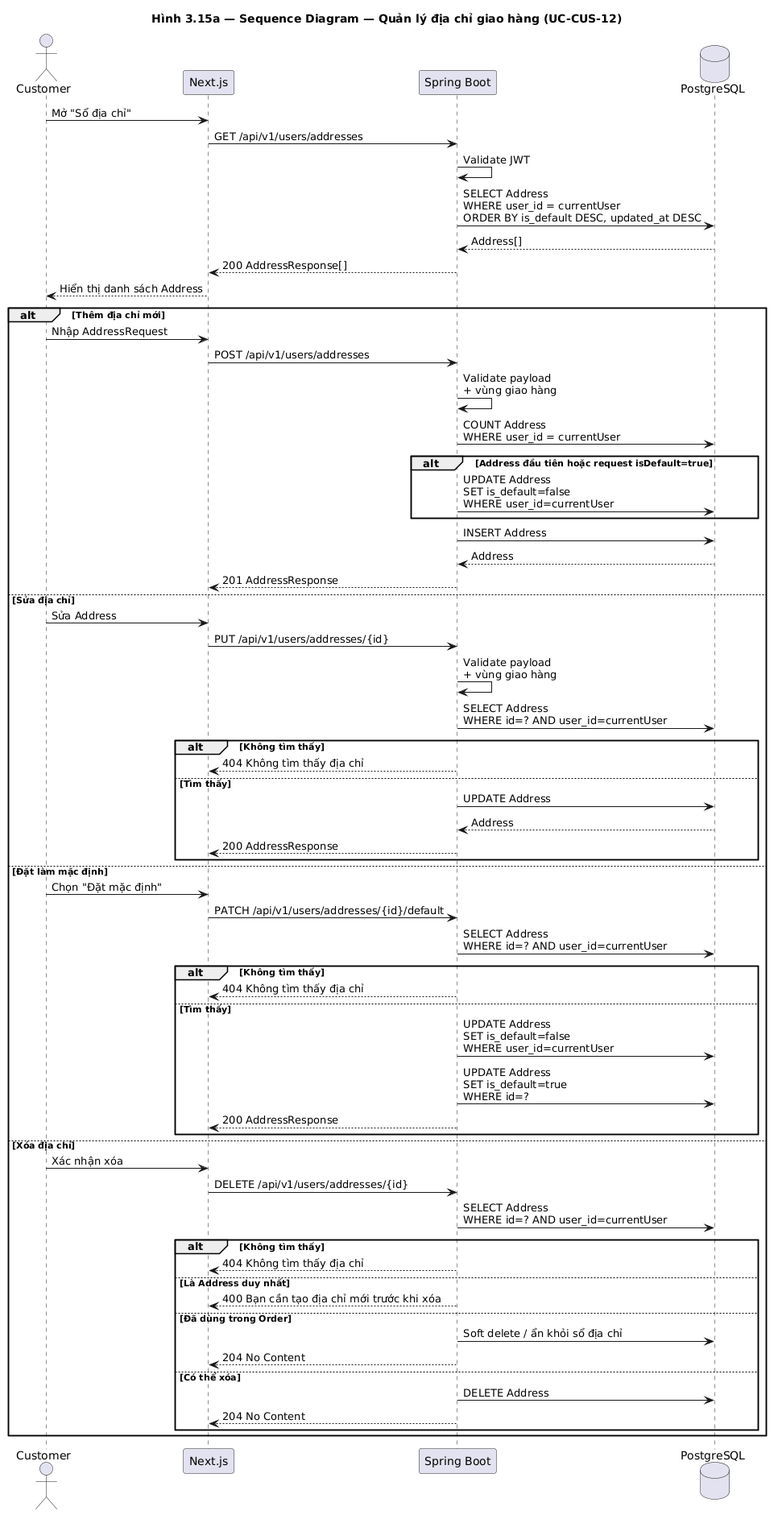
The PlantUML diagram docs/diagrams/images/seq_manage_address.png in huuhieu56/PC-Parts-ECommerce, before a commit. Its diagram source:
```plantuml
@startuml
title Hình 3.15a — Sequence Diagram — Quản lý địa chỉ giao hàng (UC-CUS-12)

actor Customer
participant "Next.js" as FE
participant "Spring Boot" as BE
database "PostgreSQL" as DB

Customer -> FE : Mở "Sổ địa chỉ"
FE -> BE : GET /api/v1/users/addresses
BE -> BE : Validate JWT
BE -> DB : SELECT Address\nWHERE user_id = currentUser\nORDER BY is_default DESC, updated_at DESC
DB --> BE : Address[]
BE --> FE : 200 AddressResponse[]
FE --> Customer : Hiển thị danh sách Address

alt Thêm địa chỉ mới
    Customer -> FE : Nhập AddressRequest
    FE -> BE : POST /api/v1/users/addresses
    BE -> BE : Validate payload\n+ vùng giao hàng
    BE -> DB : COUNT Address\nWHERE user_id = currentUser
    alt Address đầu tiên hoặc request isDefault=true
        BE -> DB : UPDATE Address\nSET is_default=false\nWHERE user_id=currentUser
    end
    BE -> DB : INSERT Address
    DB --> BE : Address
    BE --> FE : 201 AddressResponse
else Sửa địa chỉ
    Customer -> FE : Sửa Address
    FE -> BE : PUT /api/v1/users/addresses/{id}
    BE -> BE : Validate payload\n+ vùng giao hàng
    BE -> DB : SELECT Address\nWHERE id=? AND user_id=currentUser
    alt Không tìm thấy
        BE --> FE : 404 Không tìm thấy địa chỉ
    else Tìm thấy
        BE -> DB : UPDATE Address
        DB --> BE : Address
        BE --> FE : 200 AddressResponse
    end
else Đặt làm mặc định
    Customer -> FE : Chọn "Đặt mặc định"
    FE -> BE : PATCH /api/v1/users/addresses/{id}/default
    BE -> DB : SELECT Address\nWHERE id=? AND user_id=currentUser
    alt Không tìm thấy
        BE --> FE : 404 Không tìm thấy địa chỉ
    else Tìm thấy
        BE -> DB : UPDATE Address\nSET is_default=false\nWHERE user_id=currentUser
        BE -> DB : UPDATE Address\nSET is_default=true\nWHERE id=?
        BE --> FE : 200 AddressResponse
    end
else Xóa địa chỉ
    Customer -> FE : Xác nhận xóa
    FE -> BE : DELETE /api/v1/users/addresses/{id}
    BE -> DB : SELECT Address\nWHERE id=? AND user_id=currentUser
    alt Không tìm thấy
        BE --> FE : 404 Không tìm thấy địa chỉ
    else Là Address duy nhất
        BE --> FE : 400 Bạn cần tạo địa chỉ mới trước khi xóa
    else Đã dùng trong Order
        BE -> DB : Soft delete / ẩn khỏi sổ địa chỉ
        BE --> FE : 204 No Content
    else Có thể xóa
        BE -> DB : DELETE Address
        BE --> FE : 204 No Content
    end
end
@enduml
```
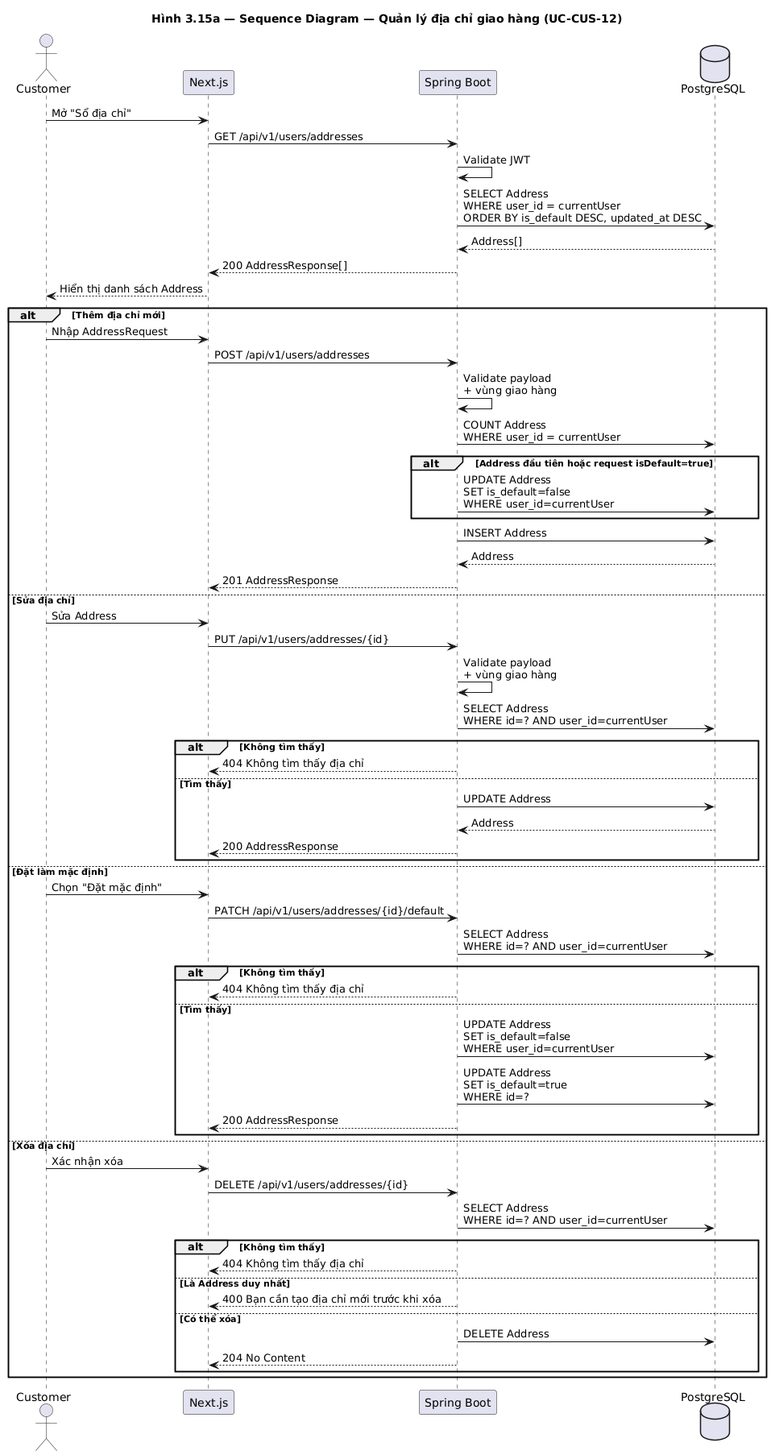
After the commit.

The edit, as a diff of the source:
```diff
@@ -1,4 +1,4 @@
-@startuml
+@startuml seq_manage_address
 title Hình 3.15a — Sequence Diagram — Quản lý địa chỉ giao hàng (UC-CUS-12)
 
 actor Customer
@@ -56,12 +56,10 @@
         BE --> FE : 404 Không tìm thấy địa chỉ
     else Là Address duy nhất
         BE --> FE : 400 Bạn cần tạo địa chỉ mới trước khi xóa
-    else Đã dùng trong Order
-        BE -> DB : Soft delete / ẩn khỏi sổ địa chỉ
-        BE --> FE : 204 No Content
     else Có thể xóa
         BE -> DB : DELETE Address
         BE --> FE : 204 No Content
     end
 end
+
 @enduml
```
